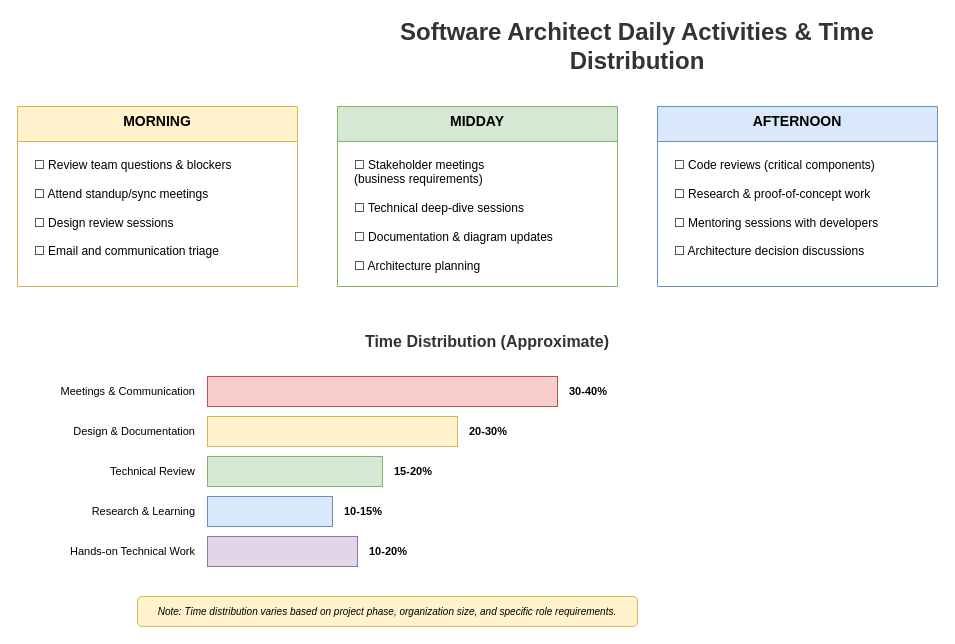
Before: lesson-00-software-architect-overview/diagrams/1.2-daily-activities-time.drawio in MrParkerZ7/document-lesson-software-architect-x-claude, a draw.io diagram. Source tidied: cells renumbered, new cells numbered last; positions are measured from the earlier drawing's top-left corner, leaving out a move shared by most shapes. Both pictures are drawn from the tidied source at 100%, with x=0, y=0 at pixel (17, 26).
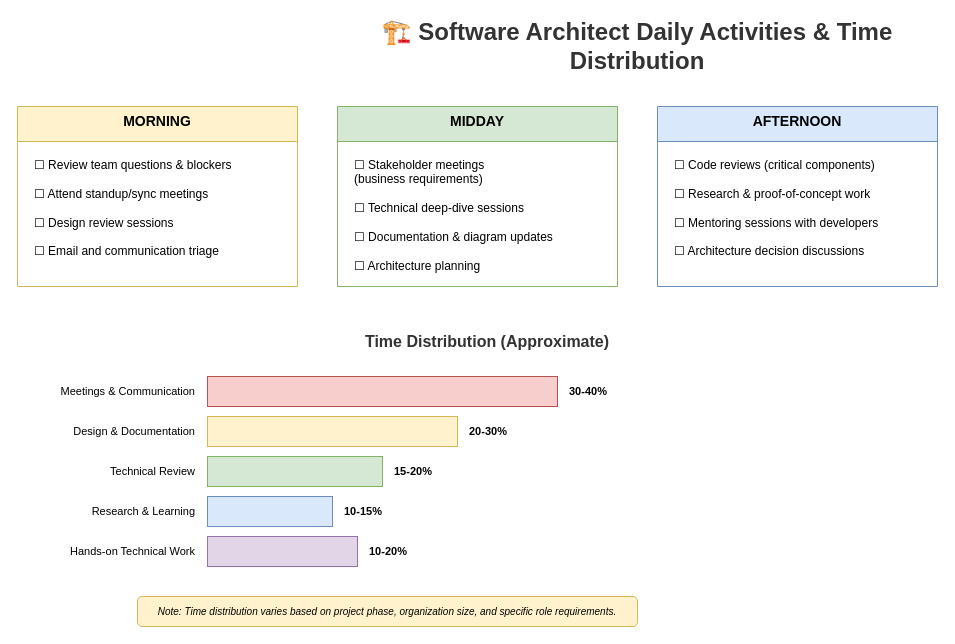
The same diagram, later.

What changed in the source:
```diff
@@
-    <mxCell id="2" value="Software Architect Daily Activities &amp; Time Distribution" style="text;html=1;strokeColor=none;fillColor=none;align=center;verticalAlign=middle;whiteSpace=wrap;rounded=0;fontSize=24;fontStyle=1;fontColor=#333333;" parent="1" vertex="1">
+    <mxCell id="2" value="🏗️ Software Architect Daily Activities &amp; Time Distribution" style="text;html=1;strokeColor=none;fillColor=none;align=center;verticalAlign=middle;whiteSpace=wrap;rounded=0;fontSize=24;fontStyle=1;fontColor=#333333;" parent="1" vertex="1">
       <mxGeometry x="320" width="600" height="40" as="geometry" />
     </mxCell>
```
